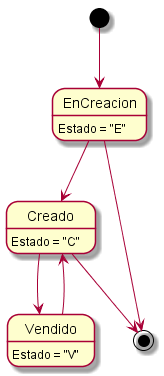
Above: Informe Final/Imagenes/DiagramasEstado/DiagramaDeEstado/presupuestos.png in ZMGestion/DocumentacionZMGestion (PlantUML), before the change.
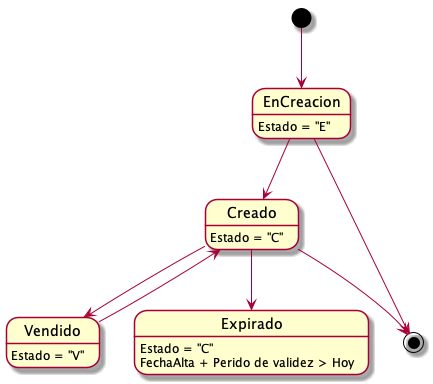
The same file after the commit.

Diff of the diagram source:
```diff
@@ -3,10 +3,13 @@
 EnCreacion: Estado = "E"
 Creado: Estado = "C"
 Vendido: Estado = "V"
+Expirado: Estado = "C"
+Expirado: FechaAlta + Perido de validez > Hoy
 
 [*] --> EnCreacion
 EnCreacion --> Creado
 Creado --> Vendido
+Creado --> Expirado
 Vendido --> Creado
 EnCreacion --> [*]
 Creado --> [*]
```
